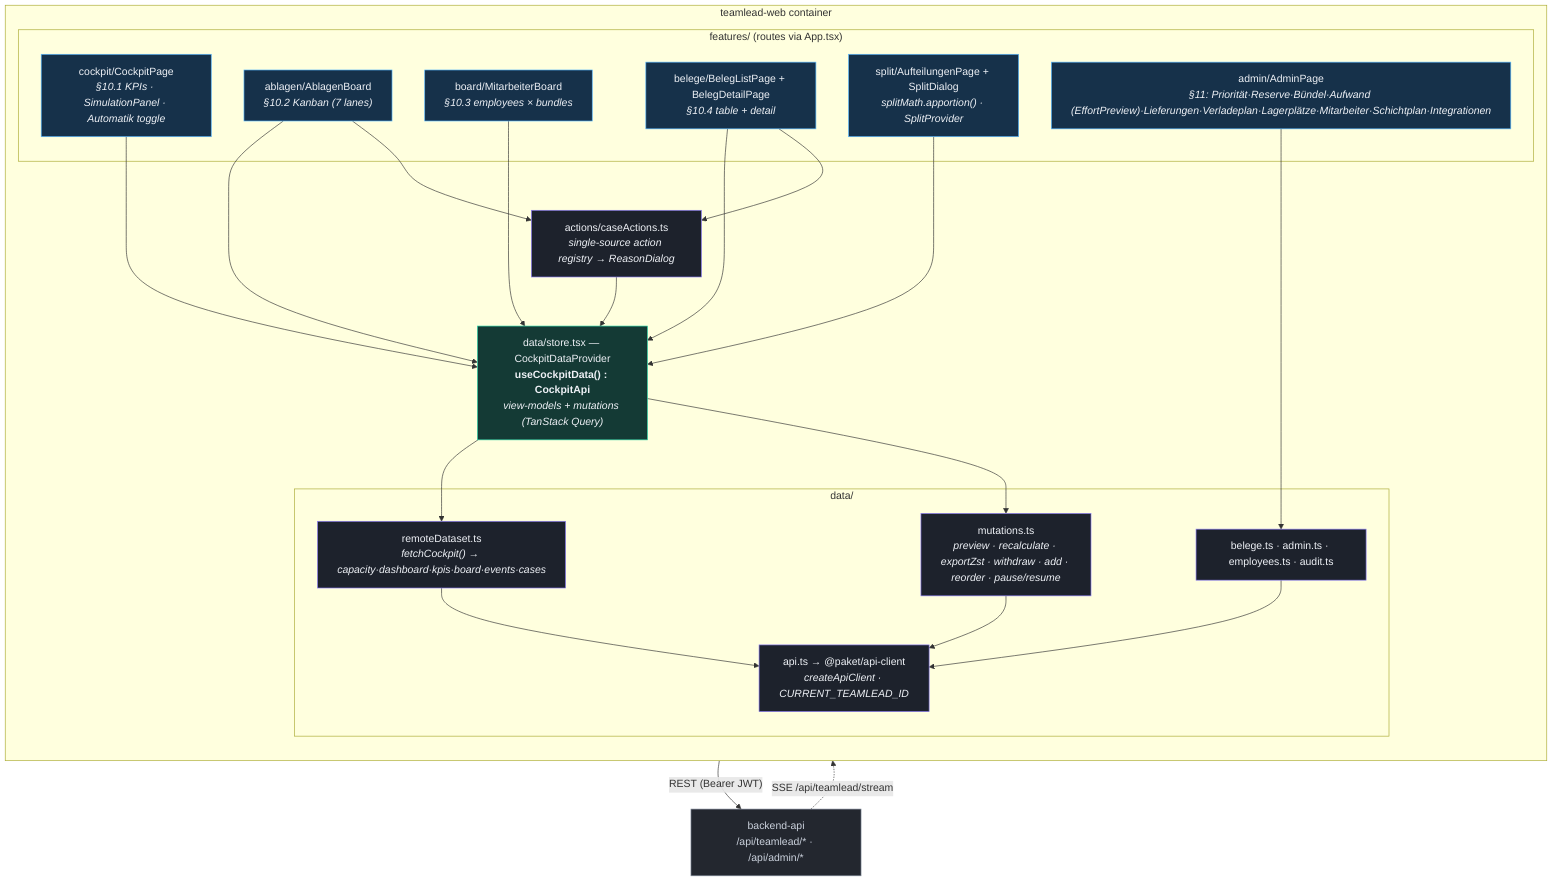
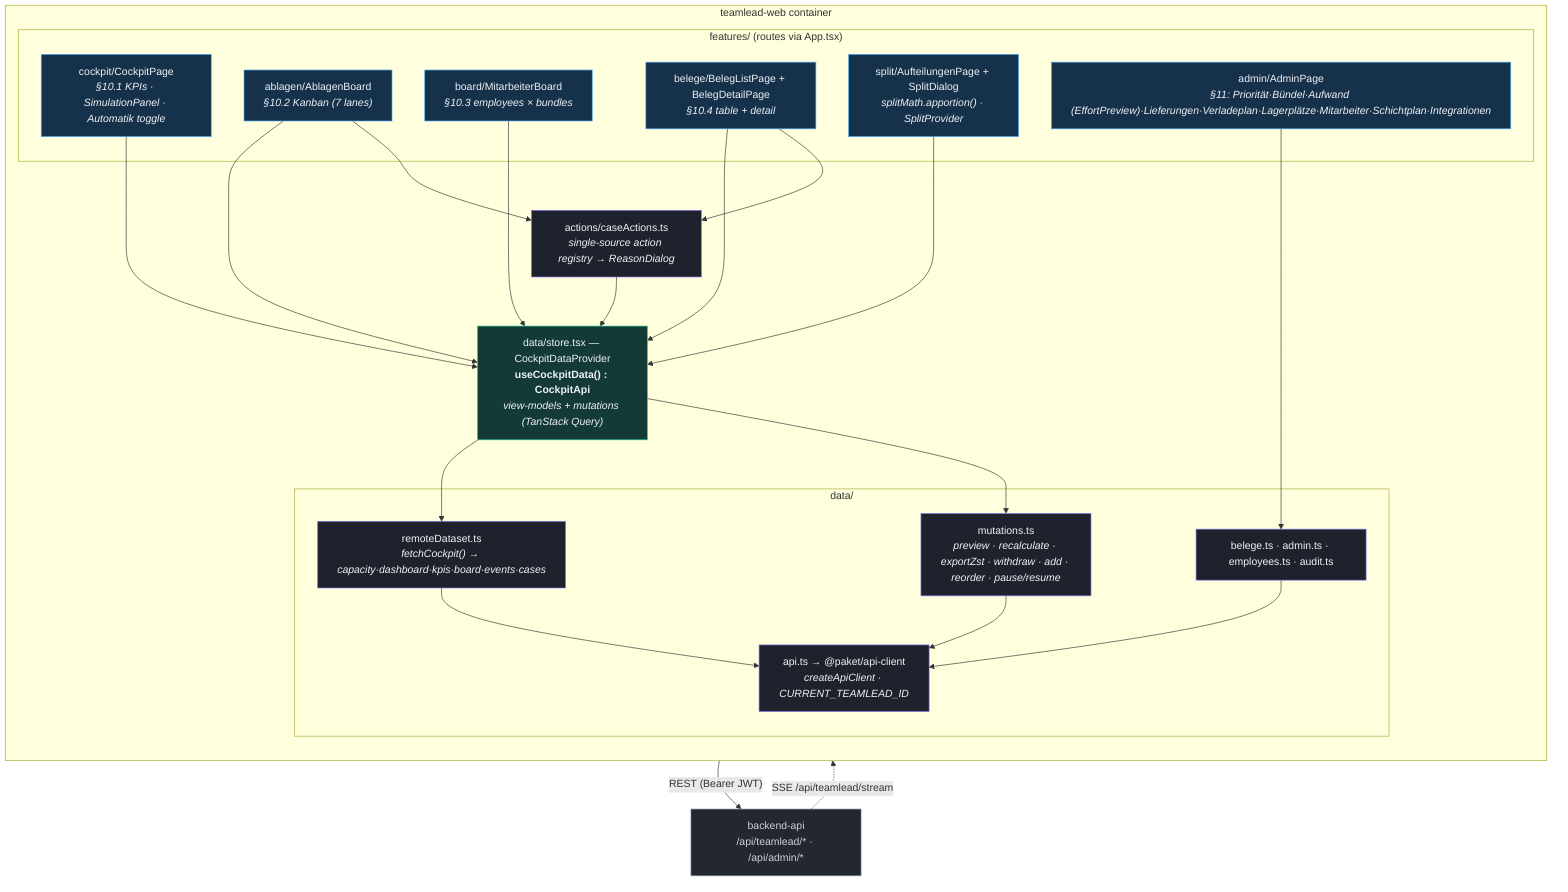
%% C4 Level 3 — Components: teamlead-web (React + Vite + MUI, TanStack Query)
%% Verified against apps/teamlead-web/src/* (features/, data/, actions/, components/).
flowchart TB
    classDef feat fill:#16314a,stroke:#56b6ff,color:#eef1f6;
    classDef store fill:#143a35,stroke:#2dd4a7,color:#eef1f6;
    classDef logic fill:#1d222c,stroke:#8b7cf6,color:#eef1f6;
    classDef ext fill:#23272f,stroke:#7c8696,color:#cbd2dd;

    api["backend-api<br/>/api/teamlead/* · /api/admin/*"]:::ext

    subgraph web["teamlead-web container"]
        direction TB
        subgraph features["features/ (routes via App.tsx)"]
            cockpit["cockpit/CockpitPage<br/><i>§10.1 KPIs · SimulationPanel · Automatik toggle</i>"]:::feat
            ablagen["ablagen/AblagenBoard<br/><i>§10.2 Kanban (7 lanes)</i>"]:::feat
            board["board/MitarbeiterBoard<br/><i>§10.3 employees × bundles</i>"]:::feat
            belege["belege/BelegListPage + BelegDetailPage<br/><i>§10.4 table + detail</i>"]:::feat
            split["split/AufteilungenPage + SplitDialog<br/><i>splitMath.apportion() · SplitProvider</i>"]:::feat
-             admin["admin/AdminPage<br/><i>§11: Priorität·Reserve·Bündel·Aufwand (EffortPreview)·Lieferungen·Verladeplan·Lagerplätze·Mitarbeiter·Schichtplan·Integrationen</i>"]:::feat
+             admin["admin/AdminPage<br/><i>§11: Priorität·Bündel·Aufwand (EffortPreview)·Lieferungen·Verladeplan·Lagerplätze·Mitarbeiter·Schichtplan·Integrationen</i>"]:::feat
        end
        store["data/store.tsx — CockpitDataProvider<br/><b>useCockpitData() : CockpitApi</b><br/><i>view-models + mutations (TanStack Query)</i>"]:::store
        subgraph datal["data/"]
            remote["remoteDataset.ts<br/><i>fetchCockpit() → capacity·dashboard·kpis·board·events·cases</i>"]:::logic
            belegeData["belege.ts · admin.ts · employees.ts · audit.ts"]:::logic
            mutations["mutations.ts<br/><i>preview · recalculate · exportZst · withdraw · add · reorder · pause/resume</i>"]:::logic
            apiClient["api.ts → @paket/api-client<br/><i>createApiClient · CURRENT_TEAMLEAD_ID</i>"]:::logic
        end
        actions["actions/caseActions.ts<br/><i>single-source action registry → ReasonDialog</i>"]:::logic
    end

    cockpit --> store
    ablagen --> store
    board --> store
    belege --> store
    split --> store
    admin --> belegeData
    ablagen --> actions
    belege --> actions
    actions --> store
    store --> remote
    store --> mutations
    remote --> apiClient
    mutations --> apiClient
    belegeData --> apiClient
    apiClient -->|"REST (Bearer JWT)"| api
    api -. "SSE /api/teamlead/stream" .-> store
